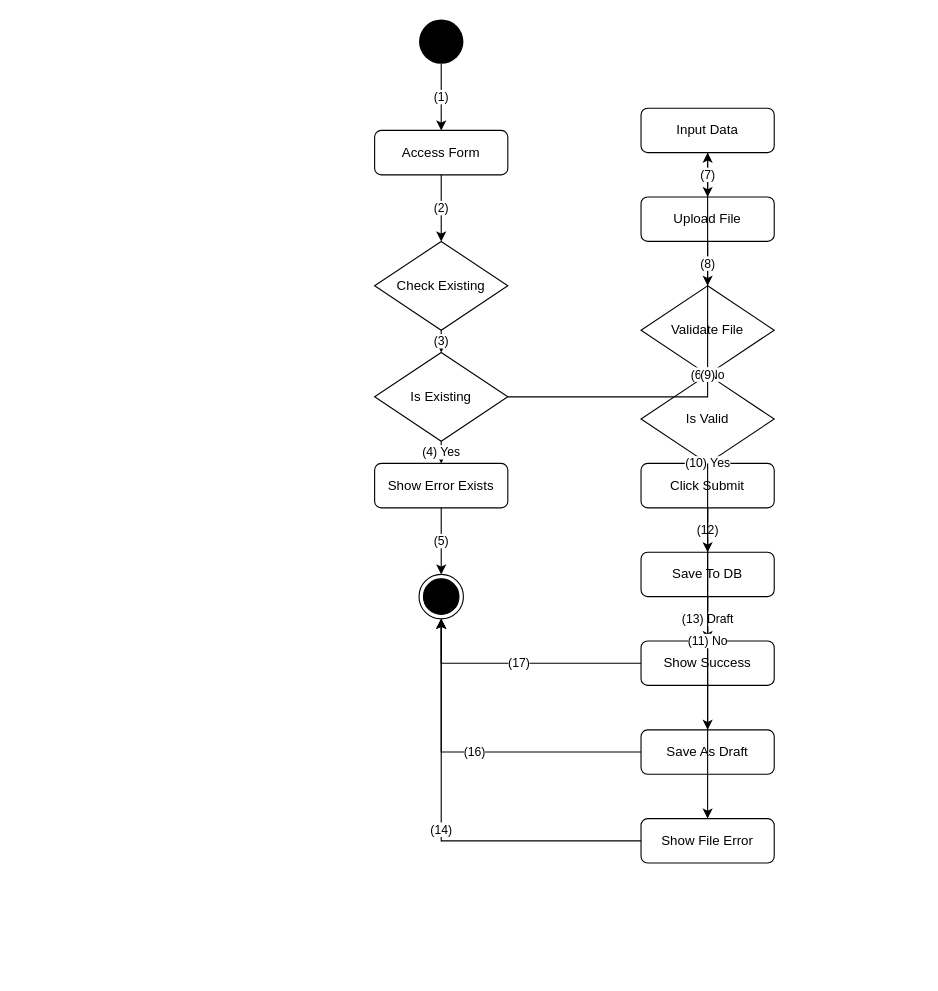
kingDlight/UEIMS_Project keeps this draw.io diagram as activity_flow/uc62_activity_flow.drawio. Above is the earlier version. Source tidied: cells renumbered, new cells numbered last; positions are measured from the earlier drawing's top-left corner, leaving out a move shared by most shapes. Both pictures are drawn from the tidied source at 111%, with x=0, y=0 at pixel (374, 19).
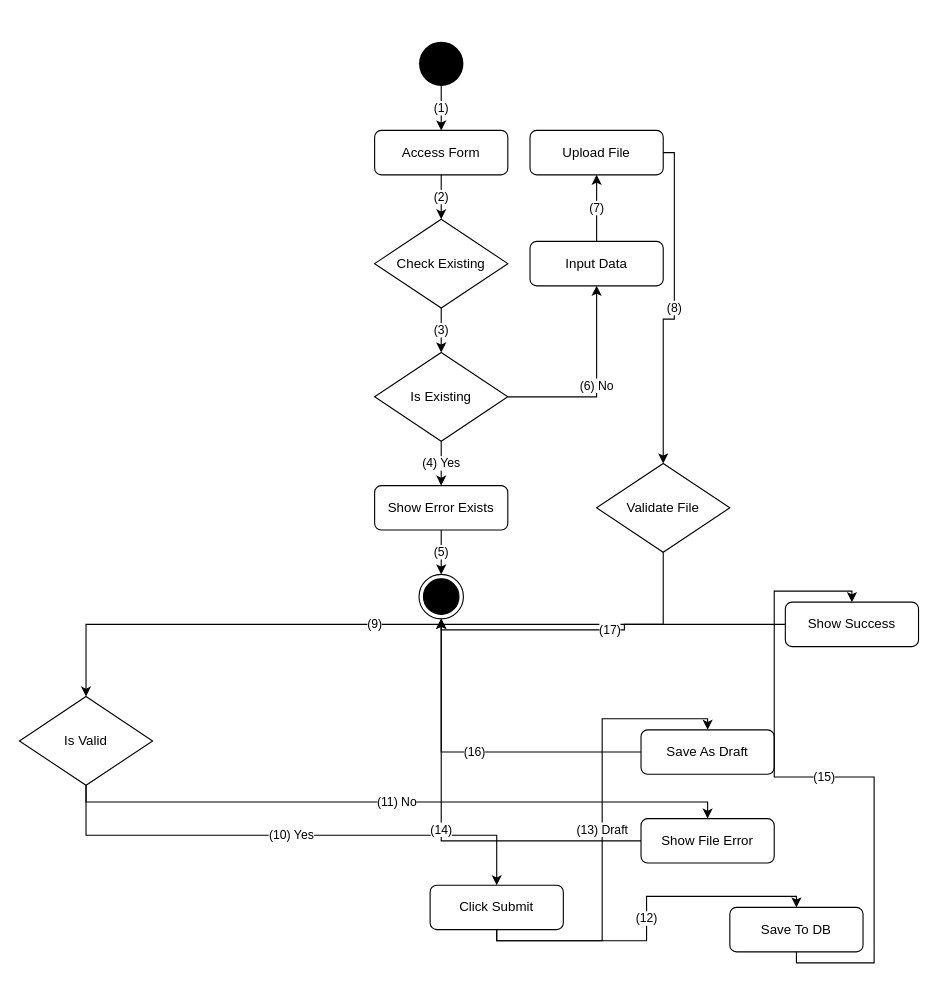
The same diagram, later.

Change to the diagram source:
```diff
@@
     <mxCell id="2" style="ellipse;whiteSpace=wrap;html=1;fillColor=#000000;strokeColor=none;" parent="1" vertex="1">
-      <mxGeometry x="40" width="40" height="40" as="geometry" />
+      <mxGeometry x="40" y="20" width="40" height="40" as="geometry" />
     </mxCell>
@@
     <mxCell id="4" value="Check Existing" style="rhombus;whiteSpace=wrap;html=1;" parent="1" vertex="1">
-      <mxGeometry y="200" width="120" height="80" as="geometry" />
+      <mxGeometry y="180" width="120" height="80" as="geometry" />
     </mxCell>
@@
     <mxCell id="6" value="Show Error Exists" style="rounded=1;whiteSpace=wrap;html=1;" parent="1" vertex="1">
-      <mxGeometry y="400" width="120" height="40" as="geometry" />
+      <mxGeometry y="420" width="120" height="40" as="geometry" />
     </mxCell>
@@
     <mxCell id="8" value="Input Data" style="rounded=1;whiteSpace=wrap;html=1;" parent="1" vertex="1">
-      <mxGeometry x="240" y="80" width="120" height="40" as="geometry" />
+      <mxGeometry x="140" y="200" width="120" height="40" as="geometry" />
     </mxCell>
     <mxCell id="9" value="Upload File" style="rounded=1;whiteSpace=wrap;html=1;" parent="1" vertex="1">
-      <mxGeometry x="240" y="160" width="120" height="40" as="geometry" />
+      <mxGeometry x="140" y="100" width="120" height="40" as="geometry" />
     </mxCell>
     <mxCell id="10" value="Validate File" style="rhombus;whiteSpace=wrap;html=1;" parent="1" vertex="1">
-      <mxGeometry x="240" y="240" width="120" height="80" as="geometry" />
+      <mxGeometry x="200" y="400" width="120" height="80" as="geometry" />
     </mxCell>
     <mxCell id="11" value="Is Valid" style="rhombus;whiteSpace=wrap;html=1;" parent="1" vertex="1">
-      <mxGeometry x="240" y="320" width="120" height="80" as="geometry" />
+      <mxGeometry x="-320" y="610" width="120" height="80" as="geometry" />
     </mxCell>
     <mxCell id="12" value="Click Submit" style="rounded=1;whiteSpace=wrap;html=1;" parent="1" vertex="1">
-      <mxGeometry x="240" y="400" width="120" height="40" as="geometry" />
+      <mxGeometry x="50" y="780" width="120" height="40" as="geometry" />
     </mxCell>
     <mxCell id="13" value="Save To DB" style="rounded=1;whiteSpace=wrap;html=1;" parent="1" vertex="1">
-      <mxGeometry x="240" y="480" width="120" height="40" as="geometry" />
+      <mxGeometry x="320" y="800" width="120" height="40" as="geometry" />
     </mxCell>
     <mxCell id="14" value="Show Success" style="rounded=1;whiteSpace=wrap;html=1;" parent="1" vertex="1">
-      <mxGeometry x="240" y="560" width="120" height="40" as="geometry" />
+      <mxGeometry x="370" y="525" width="120" height="40" as="geometry" />
     </mxCell>
@@
-    <mxCell id="21" value="(7)" style="edgeStyle=orthogonalEdgeStyle;rounded=0;html=1;exitX=0.5;exitY=1;entryX=0.5;entryY=0;" parent="1" edge="1" source="8" target="9">
+    <mxCell id="21" value="(7)" style="edgeStyle=orthogonalEdgeStyle;rounded=0;html=1;exitX=0.5;exitY=0;entryX=0.5;entryY=1;exitDx=0;exitDy=0;entryDx=0;entryDy=0;" parent="1" edge="1" source="8" target="9">
       <mxGeometry relative="1" as="geometry" />
     </mxCell>
-    <mxCell id="22" value="(8)" style="edgeStyle=orthogonalEdgeStyle;rounded=0;html=1;exitX=0.5;exitY=1;entryX=0.5;entryY=0;" parent="1" edge="1" source="9" target="10">
+    <mxCell id="22" value="(8)" style="edgeStyle=orthogonalEdgeStyle;rounded=0;html=1;exitX=1;exitY=0.5;entryX=0.5;entryY=0;exitDx=0;exitDy=0;" parent="1" edge="1" source="9" target="10">
       <mxGeometry relative="1" as="geometry" />
     </mxCell>
```
